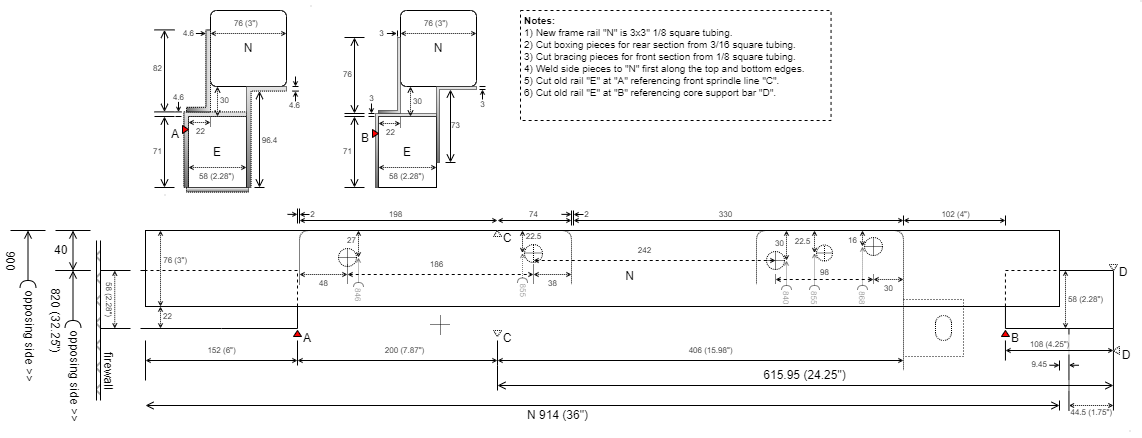
This is 614-front-rail.png from mcgitty/mustang-614, a draw.io export, as it was before one commit. Source tidied: cells renumbered, new cells last; positions are measured from the earlier drawing's top-left corner, leaving out a move shared by most shapes.
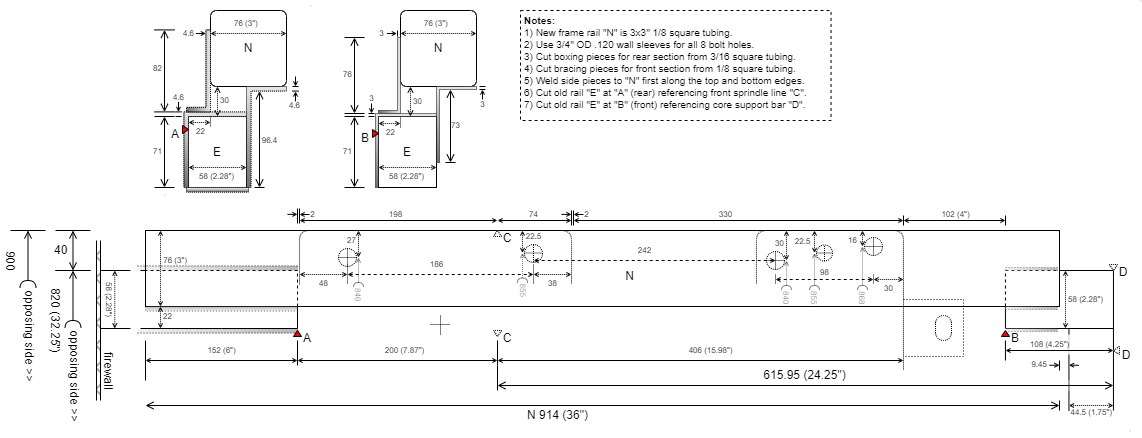
The same file after the commit.

Commit message:
Add boxing plate shadows to top view.

Change to the diagram source:
```diff
@@ -2,12 +2,15 @@
   <root>
     <mxCell id="0" />
     <mxCell id="1" parent="0" />
+    <mxCell id="285" style="shape=partialRectangle;whiteSpace=wrap;html=1;bottom=0;right=0;fillColor=#E6E6E6;direction=west;dashed=1;dashPattern=1 2;gradientColor=#707070;gradientDirection=west;flipV=1;opacity=50;" parent="1" vertex="1">
+      <mxGeometry x="163" y="265.4" width="160" height="4.6" as="geometry" />
+    </mxCell>
+    <mxCell id="286" style="shape=partialRectangle;whiteSpace=wrap;html=1;bottom=0;right=0;fillColor=#E6E6E6;direction=west;dashed=1;dashPattern=1 2;gradientColor=#707070;gradientDirection=west;opacity=50;" parent="1" vertex="1">
+      <mxGeometry x="163" y="328" width="160" height="4.6" as="geometry" />
+    </mxCell>
     <mxCell id="2" style="rounded=0;whiteSpace=wrap;html=1;fillColor=none;" parent="1" vertex="1">
       <mxGeometry x="171" y="230" width="914" height="76" as="geometry" />
     </mxCell>
-    <mxCell id="3" style="shape=partialRectangle;whiteSpace=wrap;html=1;bottom=0;right=0;fillColor=none;flipV=1;flipH=1;" parent="1" vertex="1">
-      <mxGeometry x="247" y="306" width="76" height="22" as="geometry" />
-    </mxCell>
     <mxCell id="4" style="endArrow=none;html=1;rounded=0;exitX=0;exitY=1;exitDx=0;exitDy=0;entryX=1;entryY=1;entryDx=0;entryDy=0;" parent="1" edge="1">
       <mxGeometry relative="1" as="geometry">
         <mxPoint x="166" y="328" as="sourcePoint" />
@@ -293,9 +296,6 @@
         <mxPoint x="1139" y="350" as="targetPoint" />
       </mxGeometry>
     </mxCell>
-    <mxCell id="69" value="A" style="triangle;whiteSpace=wrap;html=1;direction=south;flipV=1;fillColor=#FF0000;spacingLeft=20;spacingTop=10;" parent="1" vertex="1">
-      <mxGeometry x="319" y="330" width="8" height="6" as="geometry" />
-    </mxCell>
     <mxCell id="70" value="B" style="triangle;whiteSpace=wrap;html=1;direction=south;flipV=1;fillColor=#FF0000;spacingLeft=20;spacingTop=10;" parent="1" vertex="1">
       <mxGeometry x="1027" y="330" width="8" height="6" as="geometry" />
     </mxCell>
@@ -326,7 +326,7 @@
     <mxCell id="77" value="9.45" style="text;html=1;align=right;verticalAlign=middle;fillColor=none;strokeColor=none;rounded=0;rotation=0;fontSize=8;opacity=80;" parent="1" vertex="1">
       <mxGeometry x="1034" y="354" width="40" height="20" as="geometry" />
     </mxCell>
-    <mxCell id="78" value="&lt;b&gt;Notes:&lt;br&gt;&lt;/b&gt;1) New frame rail &quot;N&quot; is 3x3&quot; 1/8 square tubing.&lt;br&gt;&lt;div&gt;2&lt;span style=&quot;background-color: initial;&quot;&gt;) Cut boxing pieces for rear section from 3/16 square tubing.&lt;/span&gt;&lt;/div&gt;&lt;div&gt;&lt;span style=&quot;background-color: initial;&quot;&gt;3) Cut bracing pieces for front section from 1/8 square tubing.&lt;/span&gt;&lt;/div&gt;&lt;div&gt;&lt;span style=&quot;background-color: initial;&quot;&gt;4) Weld side pieces to &quot;N&quot; first along the top and bottom edges.&amp;nbsp;&amp;nbsp;&lt;/span&gt;&lt;/div&gt;&lt;div&gt;5) Cut old rail &quot;E&quot; at &quot;A&quot; referencing front sprindle line &quot;C&quot;.&lt;br&gt;6) Cut old rail &quot;E&quot; at &quot;B&quot; referencing core support bar &quot;D&quot;.&lt;div&gt;&lt;br&gt;&lt;/div&gt;&lt;/div&gt;" style="text;whiteSpace=wrap;overflow=hidden;rounded=0;spacing=0;fontSize=10;html=1;strokeColor=default;dashed=1;spacingLeft=4;" parent="1" vertex="1">
+    <mxCell id="78" value="&lt;b&gt;Notes:&lt;br&gt;&lt;/b&gt;1) New frame rail &quot;N&quot; is 3x3&quot; 1/8 square tubing.&lt;br&gt;&lt;div&gt;2) Use 3/4&quot; OD .120 wall sleeves for all 8 bolt holes.&lt;/div&gt;&lt;div&gt;&lt;span style=&quot;background-color: initial;&quot;&gt;3) Cut boxing pieces for rear section from 3/16 square tubing.&lt;/span&gt;&lt;/div&gt;&lt;div&gt;&lt;span style=&quot;background-color: initial;&quot;&gt;4) Cut bracing pieces for front section from 1/8 square tubing.&lt;/span&gt;&lt;/div&gt;&lt;div&gt;&lt;span style=&quot;background-color: initial;&quot;&gt;5) Weld side pieces to &quot;N&quot; first along the top and bottom edges.&amp;nbsp;&amp;nbsp;&lt;/span&gt;&lt;/div&gt;&lt;div&gt;6) Cut old rail &quot;E&quot; at &quot;A&quot; (rear) referencing front sprindle line &quot;C&quot;.&lt;br&gt;7) Cut old rail &quot;E&quot; at &quot;B&quot; (front) referencing core support bar &quot;D&quot;.&lt;div&gt;&lt;br&gt;&lt;/div&gt;&lt;/div&gt;" style="text;whiteSpace=wrap;overflow=hidden;rounded=0;spacing=0;fontSize=10;html=1;strokeColor=default;dashed=1;spacingLeft=4;" parent="1" vertex="1">
       <mxGeometry x="546" y="10" width="310.6" height="110" as="geometry" />
     </mxCell>
     <mxCell id="79" style="shape=partialRectangle;whiteSpace=wrap;html=1;bottom=1;right=1;left=1;top=0;fillColor=none;routingCenterX=-0.5;direction=north;dashed=1;dashPattern=1 2;" parent="1" vertex="1">
@@ -725,12 +725,6 @@
     <mxCell id="168" value="22" style="text;html=1;align=center;verticalAlign=middle;fillColor=none;strokeColor=none;rounded=0;rotation=0;spacing=0;fontSize=8;" parent="1" vertex="1">
       <mxGeometry x="178" y="306" width="30" height="20" as="geometry" />
     </mxCell>
-    <mxCell id="169" style="endArrow=open;html=1;rounded=0;endFill=0;startArrow=open;startFill=0;dashed=1;startSize=3;endSize=3;dashPattern=1 1;" parent="1" edge="1">
-      <mxGeometry relative="1" as="geometry">
-        <mxPoint x="186" y="306" as="sourcePoint" />
-        <mxPoint x="186" y="328" as="targetPoint" />
-      </mxGeometry>
-    </mxCell>
     <mxCell id="170" value="N" style="text;html=1;align=center;verticalAlign=middle;fillColor=none;strokeColor=none;rounded=0;rotation=0;" parent="1" vertex="1">
       <mxGeometry x="640" y="260.5" width="30" height="30" as="geometry" />
     </mxCell>
@@ -1235,5 +1229,29 @@
         <mxPoint x="53" y="26" as="targetPoint" />
       </mxGeometry>
     </mxCell>
+    <mxCell id="69" value="A" style="triangle;whiteSpace=wrap;html=1;direction=south;flipV=1;fillColor=#FF0000;spacingLeft=20;spacingTop=10;" parent="1" vertex="1">
+      <mxGeometry x="319" y="330" width="8" height="6" as="geometry" />
+    </mxCell>
+    <mxCell id="287" style="shape=partialRectangle;whiteSpace=wrap;html=1;bottom=0;right=0;fillColor=#E6E6E6;direction=west;dashed=1;dashPattern=1 2;gradientColor=#707070;gradientDirection=west;opacity=50;flipH=0;" parent="1" vertex="1">
+      <mxGeometry x="1031" y="328" width="52" height="3" as="geometry" />
+    </mxCell>
+    <mxCell id="288" style="shape=partialRectangle;whiteSpace=wrap;html=1;bottom=1;right=1;left=1;top=0;fillColor=#E6E6E6;routingCenterX=-0.5;direction=west;dashed=1;dashPattern=1 2;gradientColor=#707070;gradientDirection=west;opacity=50;flipH=0;" parent="1" vertex="1">
+      <mxGeometry x="1031" y="267" width="52" height="3" as="geometry" />
+    </mxCell>
+    <mxCell id="289" style="shape=partialRectangle;whiteSpace=wrap;html=1;bottom=1;right=1;left=1;top=0;fillColor=#E6E6E6;routingCenterX=-0.5;direction=west;dashed=1;dashPattern=1 2;gradientColor=#707070;gradientDirection=west;opacity=50;flipH=0;flipV=1;" parent="1" vertex="1">
+      <mxGeometry x="1031" y="306" width="52" height="3" as="geometry" />
+    </mxCell>
+    <mxCell id="290" style="shape=partialRectangle;whiteSpace=wrap;html=1;bottom=1;right=1;left=1;top=0;fillColor=#E6E6E6;routingCenterX=-0.5;direction=west;dashed=1;dashPattern=1 2;gradientColor=#707070;gradientDirection=north;opacity=50;flipH=0;flipV=1;" parent="1" vertex="1">
+      <mxGeometry x="171" y="306" width="152" height="4.6" as="geometry" />
+    </mxCell>
+    <mxCell id="169" style="endArrow=open;html=1;rounded=0;endFill=0;startArrow=open;startFill=0;dashed=1;startSize=3;endSize=3;dashPattern=1 1;" parent="1" edge="1">
+      <mxGeometry relative="1" as="geometry">
+        <mxPoint x="186" y="306" as="sourcePoint" />
+        <mxPoint x="186" y="328" as="targetPoint" />
+      </mxGeometry>
+    </mxCell>
+    <mxCell id="3" style="shape=partialRectangle;whiteSpace=wrap;html=1;bottom=0;right=0;fillColor=none;flipV=1;flipH=1;" parent="1" vertex="1">
+      <mxGeometry x="247" y="306" width="76" height="22" as="geometry" />
+    </mxCell>
   </root>
 </mxGraphModel>
```
